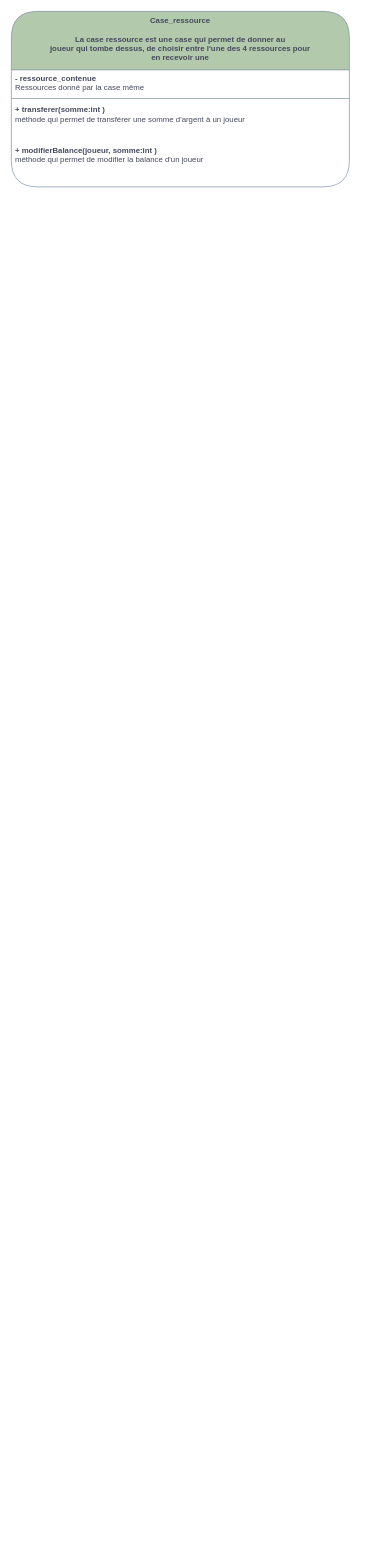
This is B__Analyse/hehe.drawio from gazhonsepaskwa/builder, a draw.io file, before an edit. Source tidied: cells renumbered, new cells numbered last; positions are measured from the earlier drawing's top-left corner, leaving out a move shared by most shapes. Both pictures are drawn from the tidied source at 65%, with x=0, y=0 at pixel (11, 11).
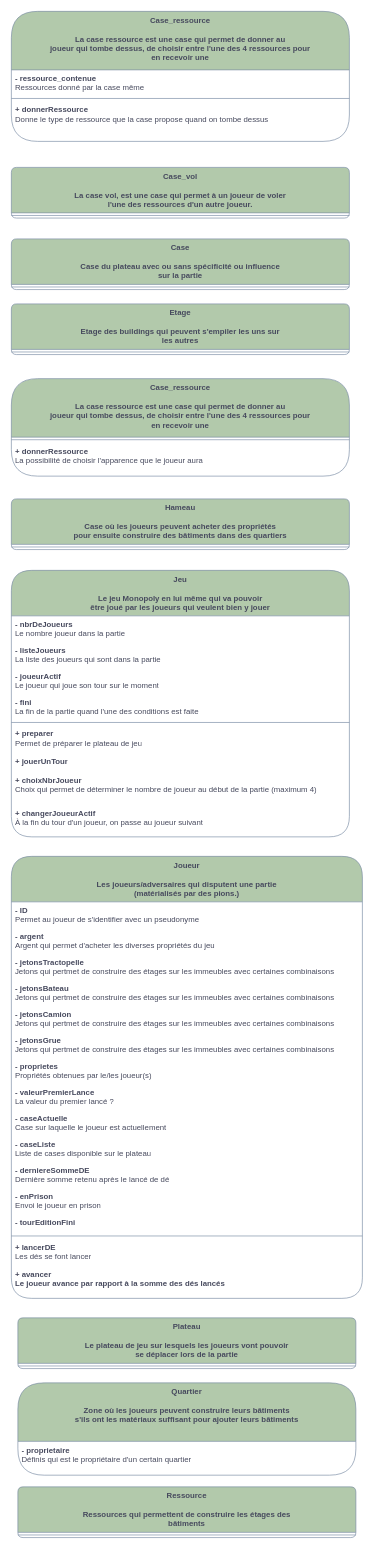
The same page after the edit.

The edit, as a diff of the source:
```diff
@@
     <mxCell id="2" value="Case_ressource&lt;br&gt;&lt;br&gt;&lt;div&gt;La case ressource est une case qui permet de donner au&lt;/div&gt;&lt;div&gt;joueur qui tombe dessus, de choisir entre l'une des 4 ressources pour&lt;/div&gt;&lt;div&gt;en recevoir une&lt;/div&gt;" style="swimlane;fontStyle=1;align=center;verticalAlign=top;horizontal=1;startSize=90;whiteSpace=wrap;html=1;labelBackgroundColor=none;fillColor=#B2C9AB;strokeColor=#788AA3;fontColor=#46495D;rounded=1;" parent="1" vertex="1">
-      <mxGeometry width="520" height="270" as="geometry" />
+      <mxGeometry width="520" height="200" as="geometry" />
     </mxCell>
@@
-    <mxCell id="5" value="&lt;b&gt;+ transferer(somme:int )&lt;/b&gt;&lt;br&gt;méthode qui permet de transférer une somme d'argent à un joueur" style="text;strokeColor=none;fillColor=none;align=left;verticalAlign=top;spacingLeft=4;spacingRight=4;overflow=hidden;whiteSpace=wrap;html=1;labelBackgroundColor=none;fontColor=#46495D;rounded=1;" parent="2" vertex="1">
+    <mxCell id="5" value="&lt;div&gt;&lt;b&gt;+ donnerRessource&lt;/b&gt;&lt;/div&gt;&lt;div&gt;Donne le type de ressource que la case propose quand on tombe dessus&lt;/div&gt;" style="text;strokeColor=none;fillColor=none;align=left;verticalAlign=top;spacingLeft=4;spacingRight=4;overflow=hidden;whiteSpace=wrap;html=1;labelBackgroundColor=none;fontColor=#46495D;rounded=1;" parent="2" vertex="1">
       <mxGeometry y="138" width="520" height="62" as="geometry" />
     </mxCell>
-    <mxCell id="6" value="&lt;b&gt;+ modifierBalance(joueur, somme:int )&lt;/b&gt;&lt;br&gt;méthode qui permet de modifier la balance d'un joueur" style="text;strokeColor=none;fillColor=none;align=left;verticalAlign=top;spacingLeft=4;spacingRight=4;overflow=hidden;whiteSpace=wrap;html=1;labelBackgroundColor=none;fontColor=#46495D;rounded=1;" parent="2" vertex="1">
-      <mxGeometry y="200" width="520" height="70" as="geometry" />
-    </mxCell>
+    <mxCell id="7" value="&lt;div&gt;Case_vol&lt;/div&gt;&lt;br&gt;La case vol, est une case qui permet à un joueur de voler&lt;br&gt;l'une des ressources d'un autre joueur." style="swimlane;fontStyle=1;align=center;verticalAlign=top;horizontal=1;startSize=70;whiteSpace=wrap;html=1;labelBackgroundColor=none;fillColor=#B2C9AB;strokeColor=#788AA3;fontColor=#46495D;rounded=1;" parent="1" vertex="1">
+      <mxGeometry y="240" width="520" height="78" as="geometry" />
+    </mxCell>
+    <mxCell id="8" style="line;strokeWidth=1;fillColor=none;align=left;verticalAlign=middle;spacingTop=-1;spacingLeft=3;spacingRight=3;labelPosition=right;strokeColor=#788AA3;labelBackgroundColor=none;fontColor=#46495D;rounded=1;" parent="7" vertex="1">
+      <mxGeometry y="70" width="520" height="8" as="geometry" />
+    </mxCell>
+    <mxCell id="9" value="&lt;div&gt;Case&lt;/div&gt;&lt;div&gt;&lt;br&gt;&lt;/div&gt;&lt;div&gt;Case du plateau avec ou sans spécificité ou influence&lt;/div&gt;sur la partie" style="swimlane;fontStyle=1;align=center;verticalAlign=top;horizontal=1;startSize=70;whiteSpace=wrap;html=1;labelBackgroundColor=none;fillColor=#B2C9AB;strokeColor=#788AA3;fontColor=#46495D;rounded=1;" parent="1" vertex="1">
+      <mxGeometry y="350" width="520" height="78" as="geometry" />
+    </mxCell>
+    <mxCell id="10" style="line;strokeWidth=1;fillColor=none;align=left;verticalAlign=middle;spacingTop=-1;spacingLeft=3;spacingRight=3;labelPosition=right;strokeColor=#788AA3;labelBackgroundColor=none;fontColor=#46495D;rounded=1;" parent="9" vertex="1">
+      <mxGeometry y="70" width="520" height="8" as="geometry" />
+    </mxCell>
+    <mxCell id="11" value="&lt;div&gt;Etage&lt;/div&gt;&lt;div&gt;&lt;br&gt;&lt;/div&gt;Etage des buildings qui peuvent s'empiler les uns sur&lt;br&gt;les autres" style="swimlane;fontStyle=1;align=center;verticalAlign=top;horizontal=1;startSize=70;whiteSpace=wrap;html=1;labelBackgroundColor=none;fillColor=#B2C9AB;strokeColor=#788AA3;fontColor=#46495D;rounded=1;" parent="1" vertex="1">
+      <mxGeometry y="450" width="520" height="78" as="geometry" />
+    </mxCell>
+    <mxCell id="12" style="line;strokeWidth=1;fillColor=none;align=left;verticalAlign=middle;spacingTop=-1;spacingLeft=3;spacingRight=3;labelPosition=right;strokeColor=#788AA3;labelBackgroundColor=none;fontColor=#46495D;rounded=1;" parent="11" vertex="1">
+      <mxGeometry y="70" width="520" height="8" as="geometry" />
+    </mxCell>
+    <mxCell id="13" value="Case_ressource&lt;br&gt;&lt;br&gt;&lt;div&gt;La case ressource est une case qui permet de donner au&lt;/div&gt;&lt;div&gt;joueur qui tombe dessus, de choisir entre l'une des 4 ressources pour&lt;/div&gt;&lt;div&gt;en recevoir une&lt;/div&gt;" style="swimlane;fontStyle=1;align=center;verticalAlign=top;horizontal=1;startSize=90;whiteSpace=wrap;html=1;labelBackgroundColor=none;fillColor=#B2C9AB;strokeColor=#788AA3;fontColor=#46495D;rounded=1;" parent="1" vertex="1">
+      <mxGeometry y="565" width="520" height="150" as="geometry" />
+    </mxCell>
+    <mxCell id="14" style="line;strokeWidth=1;fillColor=none;align=left;verticalAlign=middle;spacingTop=-1;spacingLeft=3;spacingRight=3;labelPosition=right;strokeColor=#788AA3;labelBackgroundColor=none;fontColor=#46495D;rounded=1;" parent="13" vertex="1">
+      <mxGeometry y="90" width="520" height="8" as="geometry" />
+    </mxCell>
+    <mxCell id="15" value="&lt;div&gt;&lt;b&gt;+ donnerRessource&lt;/b&gt;&lt;/div&gt;&lt;div&gt;La possibilité de choisir l'apparence que le joueur aura&lt;br&gt;&lt;br&gt;&lt;/div&gt;" style="text;strokeColor=none;fillColor=none;align=left;verticalAlign=top;spacingLeft=4;spacingRight=4;overflow=hidden;whiteSpace=wrap;html=1;labelBackgroundColor=none;fontColor=#46495D;rounded=1;" parent="13" vertex="1">
+      <mxGeometry y="98" width="520" height="52" as="geometry" />
+    </mxCell>
+    <mxCell id="16" value="&lt;div&gt;Hameau&lt;br&gt;&lt;/div&gt;&lt;div&gt;&lt;br&gt;&lt;/div&gt;Case où les joueurs peuvent acheter des propriétés&lt;br&gt;pour ensuite construire des bâtiments dans des quartiers" style="swimlane;fontStyle=1;align=center;verticalAlign=top;horizontal=1;startSize=70;whiteSpace=wrap;html=1;labelBackgroundColor=none;fillColor=#B2C9AB;strokeColor=#788AA3;fontColor=#46495D;rounded=1;" parent="1" vertex="1">
+      <mxGeometry y="750" width="520" height="78" as="geometry" />
+    </mxCell>
+    <mxCell id="17" style="line;strokeWidth=1;fillColor=none;align=left;verticalAlign=middle;spacingTop=-1;spacingLeft=3;spacingRight=3;labelPosition=right;strokeColor=#788AA3;labelBackgroundColor=none;fontColor=#46495D;rounded=1;" parent="16" vertex="1">
+      <mxGeometry y="70" width="520" height="8" as="geometry" />
+    </mxCell>
+    <mxCell id="18" value="&lt;div&gt;Jeu&lt;/div&gt;&lt;div&gt;&lt;br&gt;&lt;/div&gt;Le jeu Monopoly en lui même qui va pouvoir&lt;br&gt;être joué par les joueurs qui veulent bien y jouer" style="swimlane;fontStyle=1;align=center;verticalAlign=top;horizontal=1;startSize=70;whiteSpace=wrap;html=1;labelBackgroundColor=none;fillColor=#B2C9AB;strokeColor=#788AA3;fontColor=#46495D;rounded=1;" parent="1" vertex="1">
+      <mxGeometry y="860" width="520" height="410" as="geometry" />
+    </mxCell>
+    <mxCell id="19" value="&lt;div&gt;&lt;b&gt;- nbrDeJoueurs&lt;/b&gt;&lt;/div&gt;&lt;div&gt;Le nombre joueur dans la partie&lt;/div&gt;" style="text;strokeColor=none;fillColor=none;align=left;verticalAlign=top;spacingLeft=4;spacingRight=4;overflow=hidden;whiteSpace=wrap;html=1;labelBackgroundColor=none;fontColor=#46495D;rounded=1;" parent="18" vertex="1">
+      <mxGeometry y="70" width="520" height="40" as="geometry" />
+    </mxCell>
+    <mxCell id="20" value="&lt;div&gt;&lt;b&gt;- listeJoueurs&lt;/b&gt;&lt;br&gt;&lt;/div&gt;&lt;div&gt;La liste des joueurs qui sont dans la partie&lt;/div&gt;" style="text;strokeColor=none;fillColor=none;align=left;verticalAlign=top;spacingLeft=4;spacingRight=4;overflow=hidden;whiteSpace=wrap;html=1;labelBackgroundColor=none;fontColor=#46495D;rounded=1;" parent="18" vertex="1">
+      <mxGeometry y="110" width="520" height="40" as="geometry" />
+    </mxCell>
+    <mxCell id="21" value="&lt;div&gt;&lt;b&gt;- joueurActif&lt;/b&gt;&lt;br&gt;&lt;/div&gt;&lt;div&gt;Le joueur qui joue son tour sur le moment&lt;/div&gt;" style="text;strokeColor=none;fillColor=none;align=left;verticalAlign=top;spacingLeft=4;spacingRight=4;overflow=hidden;whiteSpace=wrap;html=1;labelBackgroundColor=none;fontColor=#46495D;rounded=1;" parent="18" vertex="1">
+      <mxGeometry y="150" width="520" height="40" as="geometry" />
+    </mxCell>
+    <mxCell id="22" value="&lt;div&gt;&lt;b&gt;- fini&lt;/b&gt;&lt;br&gt;&lt;/div&gt;&lt;div&gt;La fin de la partie quand l'une des conditions est faite&lt;/div&gt;" style="text;strokeColor=none;fillColor=none;align=left;verticalAlign=top;spacingLeft=4;spacingRight=4;overflow=hidden;whiteSpace=wrap;html=1;labelBackgroundColor=none;fontColor=#46495D;rounded=1;" parent="18" vertex="1">
+      <mxGeometry y="190" width="520" height="40" as="geometry" />
+    </mxCell>
+    <mxCell id="23" style="line;strokeWidth=1;fillColor=none;align=left;verticalAlign=middle;spacingTop=-1;spacingLeft=3;spacingRight=3;labelPosition=right;strokeColor=#788AA3;labelBackgroundColor=none;fontColor=#46495D;rounded=1;" parent="18" vertex="1">
+      <mxGeometry y="230" width="520" height="8" as="geometry" />
+    </mxCell>
+    <mxCell id="24" value="&lt;div&gt;&lt;b&gt;+ preparer&lt;br&gt;&lt;/b&gt;&lt;/div&gt;&lt;div&gt;Permet de préparer le plateau de jeu&lt;/div&gt;" style="text;strokeColor=none;fillColor=none;align=left;verticalAlign=top;spacingLeft=4;spacingRight=4;overflow=hidden;whiteSpace=wrap;html=1;labelBackgroundColor=none;fontColor=#46495D;rounded=1;" parent="18" vertex="1">
+      <mxGeometry y="238" width="520" height="42" as="geometry" />
+    </mxCell>
+    <mxCell id="25" value="&lt;div&gt;&lt;b&gt;+ jouerUnTour&lt;br&gt;&lt;/b&gt;&lt;/div&gt;&lt;div&gt;&lt;br&gt;&lt;/div&gt;" style="text;strokeColor=none;fillColor=none;align=left;verticalAlign=top;spacingLeft=4;spacingRight=4;overflow=hidden;whiteSpace=wrap;html=1;labelBackgroundColor=none;fontColor=#46495D;rounded=1;" parent="18" vertex="1">
+      <mxGeometry y="280" width="520" height="30" as="geometry" />
+    </mxCell>
+    <mxCell id="26" value="&lt;div&gt;&lt;b&gt;+ choixNbrJoueur&lt;br&gt;&lt;/b&gt;&lt;/div&gt;&lt;div&gt;Choix qui permet de déterminer le nombre de joueur au début de la partie (maximum 4)&lt;/div&gt;" style="text;strokeColor=none;fillColor=none;align=left;verticalAlign=top;spacingLeft=4;spacingRight=4;overflow=hidden;whiteSpace=wrap;html=1;labelBackgroundColor=none;fontColor=#46495D;rounded=1;" parent="18" vertex="1">
+      <mxGeometry y="310" width="520" height="50" as="geometry" />
+    </mxCell>
+    <mxCell id="27" value="&lt;div&gt;&lt;b&gt;+ changerJoueurActif&lt;br&gt;&lt;/b&gt;&lt;/div&gt;&lt;div&gt;À la fin du tour d'un joueur, on passe au joueur suivant&lt;/div&gt;" style="text;strokeColor=none;fillColor=none;align=left;verticalAlign=top;spacingLeft=4;spacingRight=4;overflow=hidden;whiteSpace=wrap;html=1;labelBackgroundColor=none;fontColor=#46495D;rounded=1;" parent="18" vertex="1">
+      <mxGeometry y="360" width="520" height="50" as="geometry" />
+    </mxCell>
+    <mxCell id="28" value="&lt;div&gt;Joueur&lt;/div&gt;&lt;div&gt;&lt;br&gt;&lt;/div&gt;Les joueurs/adversaires qui disputent une partie&lt;br&gt;(matérialisés par des pions.)" style="swimlane;fontStyle=1;align=center;verticalAlign=top;horizontal=1;startSize=70;whiteSpace=wrap;html=1;labelBackgroundColor=none;fillColor=#B2C9AB;strokeColor=#788AA3;fontColor=#46495D;rounded=1;" parent="1" vertex="1">
+      <mxGeometry y="1300" width="540" height="680" as="geometry" />
+    </mxCell>
+    <mxCell id="29" value="&lt;div&gt;&lt;b&gt;- ID&lt;br&gt;&lt;/b&gt;&lt;/div&gt;&lt;div&gt;Permet au joueur de s'identifier avec un pseudonyme&lt;/div&gt;" style="text;strokeColor=none;fillColor=none;align=left;verticalAlign=top;spacingLeft=4;spacingRight=4;overflow=hidden;whiteSpace=wrap;html=1;labelBackgroundColor=none;fontColor=#46495D;rounded=1;" parent="28" vertex="1">
+      <mxGeometry y="70" width="540" height="40" as="geometry" />
+    </mxCell>
+    <mxCell id="30" value="&lt;div&gt;&lt;b&gt;- argent&lt;/b&gt;&lt;br&gt;&lt;/div&gt;&lt;div&gt;Argent qui permet d'acheter les diverses propriétés du jeu&lt;/div&gt;" style="text;strokeColor=none;fillColor=none;align=left;verticalAlign=top;spacingLeft=4;spacingRight=4;overflow=hidden;whiteSpace=wrap;html=1;labelBackgroundColor=none;fontColor=#46495D;rounded=1;" parent="28" vertex="1">
+      <mxGeometry y="110" width="540" height="40" as="geometry" />
+    </mxCell>
+    <mxCell id="31" value="&lt;div&gt;&lt;b&gt;- jetonsTractopelle&lt;/b&gt;&lt;br&gt;&lt;/div&gt;&lt;div&gt;Jetons qui pertmet de construire des étages sur les immeubles avec certaines combinaisons&lt;/div&gt;" style="text;strokeColor=none;fillColor=none;align=left;verticalAlign=top;spacingLeft=4;spacingRight=4;overflow=hidden;whiteSpace=wrap;html=1;labelBackgroundColor=none;fontColor=#46495D;rounded=1;" parent="28" vertex="1">
+      <mxGeometry y="150" width="540" height="40" as="geometry" />
+    </mxCell>
+    <mxCell id="32" value="&lt;div&gt;&lt;b&gt;- jetonsBateau&lt;/b&gt;&lt;br&gt;&lt;/div&gt;&lt;div&gt;Jetons qui pertmet de construire des étages sur les immeubles avec certaines combinaisons&lt;/div&gt;" style="text;strokeColor=none;fillColor=none;align=left;verticalAlign=top;spacingLeft=4;spacingRight=4;overflow=hidden;whiteSpace=wrap;html=1;labelBackgroundColor=none;fontColor=#46495D;rounded=1;" parent="28" vertex="1">
+      <mxGeometry y="190" width="540" height="40" as="geometry" />
+    </mxCell>
+    <mxCell id="33" value="&lt;div&gt;&lt;b&gt;- jetonsCamion&lt;/b&gt;&lt;br&gt;&lt;/div&gt;&lt;div&gt;Jetons qui pertmet de construire des étages sur les immeubles avec certaines combinaisons&lt;/div&gt;" style="text;strokeColor=none;fillColor=none;align=left;verticalAlign=top;spacingLeft=4;spacingRight=4;overflow=hidden;whiteSpace=wrap;html=1;labelBackgroundColor=none;fontColor=#46495D;rounded=1;" parent="28" vertex="1">
+      <mxGeometry y="230" width="540" height="40" as="geometry" />
+    </mxCell>
+    <mxCell id="34" value="&lt;div&gt;&lt;b&gt;- jetonsGrue&lt;/b&gt;&lt;br&gt;&lt;/div&gt;&lt;div&gt;Jetons qui pertmet de construire des étages sur les immeubles avec certaines combinaisons&lt;/div&gt;" style="text;strokeColor=none;fillColor=none;align=left;verticalAlign=top;spacingLeft=4;spacingRight=4;overflow=hidden;whiteSpace=wrap;html=1;labelBackgroundColor=none;fontColor=#46495D;rounded=1;" parent="28" vertex="1">
+      <mxGeometry y="270" width="540" height="40" as="geometry" />
+    </mxCell>
+    <mxCell id="35" value="&lt;div&gt;&lt;b&gt;- proprietes&lt;/b&gt;&lt;br&gt;&lt;/div&gt;&lt;div&gt;Propriétés obtenues par le/les joueur(s)&lt;/div&gt;" style="text;strokeColor=none;fillColor=none;align=left;verticalAlign=top;spacingLeft=4;spacingRight=4;overflow=hidden;whiteSpace=wrap;html=1;labelBackgroundColor=none;fontColor=#46495D;rounded=1;" parent="28" vertex="1">
+      <mxGeometry y="310" width="540" height="40" as="geometry" />
+    </mxCell>
+    <mxCell id="36" value="&lt;div&gt;&lt;b&gt;- valeurPremierLance&lt;/b&gt;&lt;br&gt;&lt;/div&gt;&lt;div&gt;La valeur du premier lancé ?&lt;/div&gt;" style="text;strokeColor=none;fillColor=none;align=left;verticalAlign=top;spacingLeft=4;spacingRight=4;overflow=hidden;whiteSpace=wrap;html=1;labelBackgroundColor=none;fontColor=#46495D;rounded=1;" parent="28" vertex="1">
+      <mxGeometry y="350" width="540" height="40" as="geometry" />
+    </mxCell>
+    <mxCell id="37" value="&lt;div&gt;&lt;b&gt;- caseActuelle&lt;/b&gt;&lt;br&gt;&lt;/div&gt;&lt;div&gt;Case sur laquelle le joueur est actuellement&lt;/div&gt;" style="text;strokeColor=none;fillColor=none;align=left;verticalAlign=top;spacingLeft=4;spacingRight=4;overflow=hidden;whiteSpace=wrap;html=1;labelBackgroundColor=none;fontColor=#46495D;rounded=1;" parent="28" vertex="1">
+      <mxGeometry y="390" width="540" height="40" as="geometry" />
+    </mxCell>
+    <mxCell id="38" value="&lt;div&gt;&lt;b&gt;- caseListe&lt;/b&gt;&lt;br&gt;&lt;/div&gt;&lt;div&gt;Liste de cases disponible sur le plateau&lt;/div&gt;" style="text;strokeColor=none;fillColor=none;align=left;verticalAlign=top;spacingLeft=4;spacingRight=4;overflow=hidden;whiteSpace=wrap;html=1;labelBackgroundColor=none;fontColor=#46495D;rounded=1;" parent="28" vertex="1">
+      <mxGeometry y="430" width="540" height="40" as="geometry" />
+    </mxCell>
+    <mxCell id="39" value="&lt;div&gt;&lt;b&gt;- derniereSommeDE&lt;/b&gt;&lt;br&gt;&lt;/div&gt;&lt;div&gt;Dernière somme retenu après le lancé de dé&lt;/div&gt;" style="text;strokeColor=none;fillColor=none;align=left;verticalAlign=top;spacingLeft=4;spacingRight=4;overflow=hidden;whiteSpace=wrap;html=1;labelBackgroundColor=none;fontColor=#46495D;rounded=1;" parent="28" vertex="1">
+      <mxGeometry y="470" width="540" height="40" as="geometry" />
+    </mxCell>
+    <mxCell id="40" value="&lt;div&gt;&lt;b&gt;- enPrison&lt;/b&gt;&lt;br&gt;&lt;/div&gt;&lt;div&gt;Envoi le joueur en prison&lt;/div&gt;" style="text;strokeColor=none;fillColor=none;align=left;verticalAlign=top;spacingLeft=4;spacingRight=4;overflow=hidden;whiteSpace=wrap;html=1;labelBackgroundColor=none;fontColor=#46495D;rounded=1;" parent="28" vertex="1">
+      <mxGeometry y="510" width="540" height="40" as="geometry" />
+    </mxCell>
+    <mxCell id="41" value="&lt;div&gt;&lt;b&gt;- tourEditionFini&lt;/b&gt;&lt;br&gt;&lt;/div&gt;" style="text;strokeColor=none;fillColor=none;align=left;verticalAlign=top;spacingLeft=4;spacingRight=4;overflow=hidden;whiteSpace=wrap;html=1;labelBackgroundColor=none;fontColor=#46495D;rounded=1;" parent="28" vertex="1">
+      <mxGeometry y="550" width="540" height="30" as="geometry" />
+    </mxCell>
+    <mxCell id="42" style="line;strokeWidth=1;fillColor=none;align=left;verticalAlign=middle;spacingTop=-1;spacingLeft=3;spacingRight=3;labelPosition=right;strokeColor=#788AA3;labelBackgroundColor=none;fontColor=#46495D;rounded=1;" parent="28" vertex="1">
+      <mxGeometry y="580" width="540" height="8" as="geometry" />
+    </mxCell>
+    <mxCell id="43" value="&lt;div&gt;&lt;b&gt;+ lancerDE&lt;br&gt;&lt;/b&gt;&lt;/div&gt;&lt;div&gt;Les dés se font lancer&lt;/div&gt;" style="text;strokeColor=none;fillColor=none;align=left;verticalAlign=top;spacingLeft=4;spacingRight=4;overflow=hidden;whiteSpace=wrap;html=1;labelBackgroundColor=none;fontColor=#46495D;rounded=1;" parent="28" vertex="1">
+      <mxGeometry y="588" width="540" height="42" as="geometry" />
+    </mxCell>
+    <mxCell id="44" value="&lt;div&gt;&lt;b&gt;+ avancer&lt;/b&gt;&lt;/div&gt;&lt;div&gt;&lt;b&gt;Le joueur avance par rapport à la somme des dés lancés&lt;br&gt;&lt;/b&gt;&lt;/div&gt;&lt;div&gt;&lt;br&gt;&lt;/div&gt;" style="text;strokeColor=none;fillColor=none;align=left;verticalAlign=top;spacingLeft=4;spacingRight=4;overflow=hidden;whiteSpace=wrap;html=1;labelBackgroundColor=none;fontColor=#46495D;rounded=1;" parent="28" vertex="1">
+      <mxGeometry y="630" width="540" height="50" as="geometry" />
+    </mxCell>
+    <mxCell id="45" value="&lt;div&gt;Plateau&lt;/div&gt;&lt;div&gt;&lt;br&gt;&lt;/div&gt;&lt;div&gt;Le plateau de jeu sur lesquels les joueurs vont pouvoir&lt;/div&gt;se déplacer lors de la partie" style="swimlane;fontStyle=1;align=center;verticalAlign=top;horizontal=1;startSize=70;whiteSpace=wrap;html=1;labelBackgroundColor=none;fillColor=#B2C9AB;strokeColor=#788AA3;fontColor=#46495D;rounded=1;" parent="1" vertex="1">
+      <mxGeometry x="10" y="2010" width="520" height="78" as="geometry" />
+    </mxCell>
+    <mxCell id="46" style="line;strokeWidth=1;fillColor=none;align=left;verticalAlign=middle;spacingTop=-1;spacingLeft=3;spacingRight=3;labelPosition=right;strokeColor=#788AA3;labelBackgroundColor=none;fontColor=#46495D;rounded=1;" parent="45" vertex="1">
+      <mxGeometry y="70" width="520" height="8" as="geometry" />
+    </mxCell>
+    <mxCell id="47" value="&lt;div&gt;Quartier&lt;/div&gt;&lt;div&gt;&lt;br&gt;&lt;/div&gt;&lt;div&gt;Zone où les joueurs peuvent construire leurs bâtiments&lt;/div&gt;s'ils ont les matériaux suffisant pour ajouter leurs bâtiments" style="swimlane;fontStyle=1;align=center;verticalAlign=top;horizontal=1;startSize=90;whiteSpace=wrap;html=1;labelBackgroundColor=none;fillColor=#B2C9AB;strokeColor=#788AA3;fontColor=#46495D;rounded=1;" parent="1" vertex="1">
+      <mxGeometry x="10" y="2110" width="520" height="142" as="geometry" />
+    </mxCell>
+    <mxCell id="48" value="&lt;div&gt;&lt;b&gt;- proprietaire&lt;br&gt;&lt;/b&gt;&lt;/div&gt;&lt;div&gt;Définis qui est le propriétaire d'un certain quartier&lt;br&gt;&lt;br&gt;&lt;/div&gt;" style="text;strokeColor=none;fillColor=none;align=left;verticalAlign=top;spacingLeft=4;spacingRight=4;overflow=hidden;whiteSpace=wrap;html=1;labelBackgroundColor=none;fontColor=#46495D;rounded=1;" parent="47" vertex="1">
+      <mxGeometry y="90" width="520" height="52" as="geometry" />
+    </mxCell>
+    <mxCell id="49" value="&lt;div&gt;Ressource&lt;/div&gt;&lt;div&gt;&lt;br&gt;&lt;/div&gt;Ressources qui permettent de construire les étages des&lt;br&gt;bâtiments" style="swimlane;fontStyle=1;align=center;verticalAlign=top;horizontal=1;startSize=70;whiteSpace=wrap;html=1;labelBackgroundColor=none;fillColor=#B2C9AB;strokeColor=#788AA3;fontColor=#46495D;rounded=1;" parent="1" vertex="1">
+      <mxGeometry x="10" y="2270" width="520" height="78" as="geometry" />
+    </mxCell>
+    <mxCell id="50" style="line;strokeWidth=1;fillColor=none;align=left;verticalAlign=middle;spacingTop=-1;spacingLeft=3;spacingRight=3;labelPosition=right;strokeColor=#788AA3;labelBackgroundColor=none;fontColor=#46495D;rounded=1;" parent="49" vertex="1">
+      <mxGeometry y="70" width="520" height="8" as="geometry" />
+    </mxCell>
```
